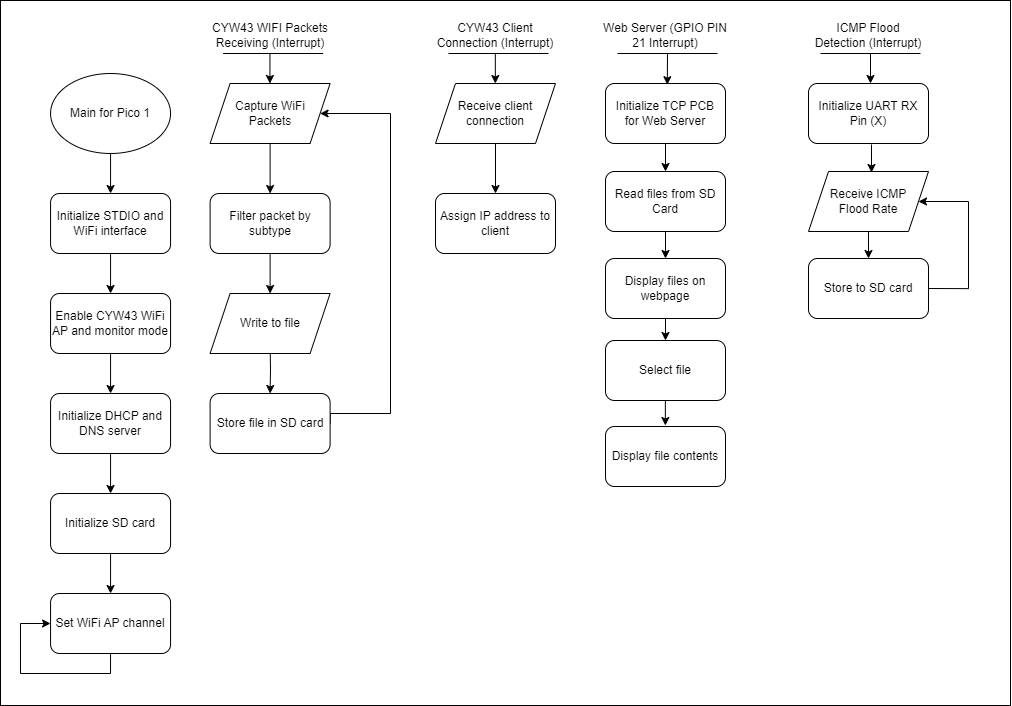
This is FlowChartPico1.png from TARZH3N/pico-team20, a draw.io export, as it was before one commit. Source tidied: cells renumbered, new cells last; positions are measured from the earlier drawing's top-left corner, leaving out a move shared by most shapes.
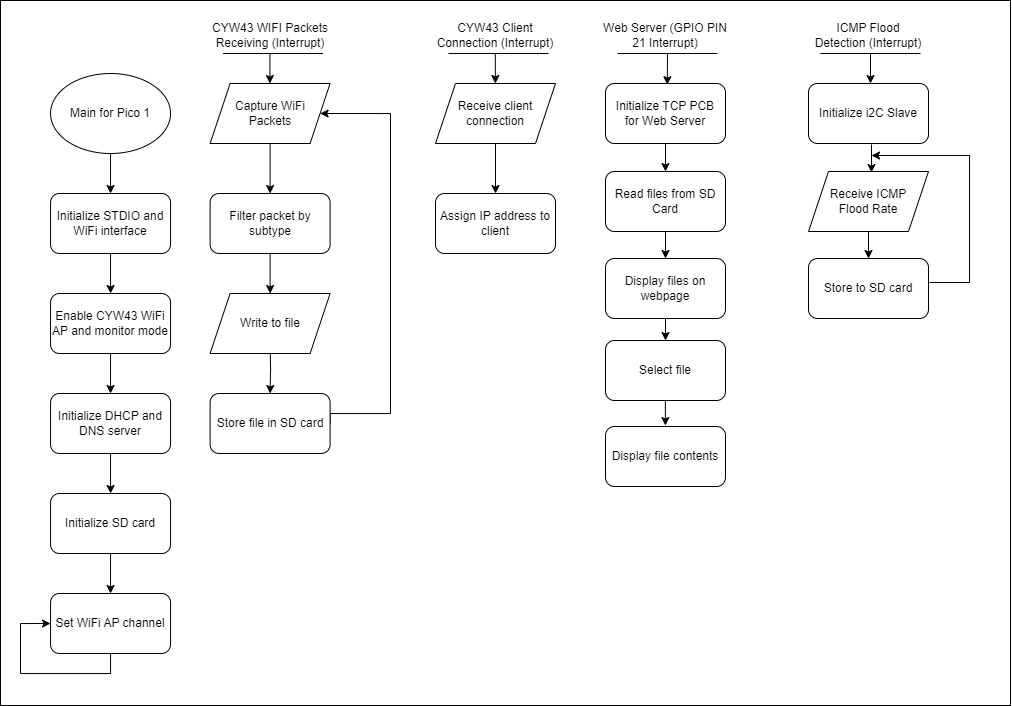
The same file after the commit.

The edit, as a diff of the source:
```diff
@@ -164,18 +164,20 @@
     <mxCell id="42" value="Receive ICMP&lt;br&gt;Flood Rate" style="shape=parallelogram;perimeter=parallelogramPerimeter;whiteSpace=wrap;html=1;fixedSize=1;" parent="1" vertex="1">
       <mxGeometry x="808" y="171" width="120" height="60" as="geometry" />
     </mxCell>
-    <mxCell id="43" style="edgeStyle=orthogonalEdgeStyle;rounded=0;jettySize=auto;html=1;exitX=1;exitY=0.5;exitDx=0;exitDy=0;entryX=1;entryY=0.5;entryDx=0;entryDy=0;" parent="1" edge="1" source="44" target="42">
+    <mxCell id="43" style="edgeStyle=orthogonalEdgeStyle;rounded=0;orthogonalLoop=1;jettySize=auto;html=1;exitX=1;exitY=0.5;exitDx=0;exitDy=0;" parent="1" edge="1">
       <mxGeometry relative="1" as="geometry">
+        <mxPoint x="929" y="282" as="sourcePoint" />
+        <mxPoint x="871" y="155" as="targetPoint" />
         <Array as="points">
-          <mxPoint x="968" y="288" />
-          <mxPoint x="968" y="201" />
+          <mxPoint x="969" y="282" />
+          <mxPoint x="969" y="155" />
         </Array>
       </mxGeometry>
     </mxCell>
     <mxCell id="44" value="Store to SD card" style="rounded=1;whiteSpace=wrap;html=1;" parent="1" vertex="1">
       <mxGeometry x="808" y="258" width="120" height="60" as="geometry" />
     </mxCell>
-    <mxCell id="45" value="Initialize UART RX Pin (X)" style="rounded=1;whiteSpace=wrap;html=1;" parent="1" vertex="1">
+    <mxCell id="45" value="Initialize i2C Slave" style="rounded=1;whiteSpace=wrap;html=1;" parent="1" vertex="1">
       <mxGeometry x="808" y="83" width="120" height="60" as="geometry" />
     </mxCell>
     <mxCell id="46" style="endArrow=classic;html=1;rounded=0;entryX=0.5;entryY=0;entryDx=0;entryDy=0;exitX=0.5;exitY=1;exitDx=0;exitDy=0;" parent="1" edge="1">
```
